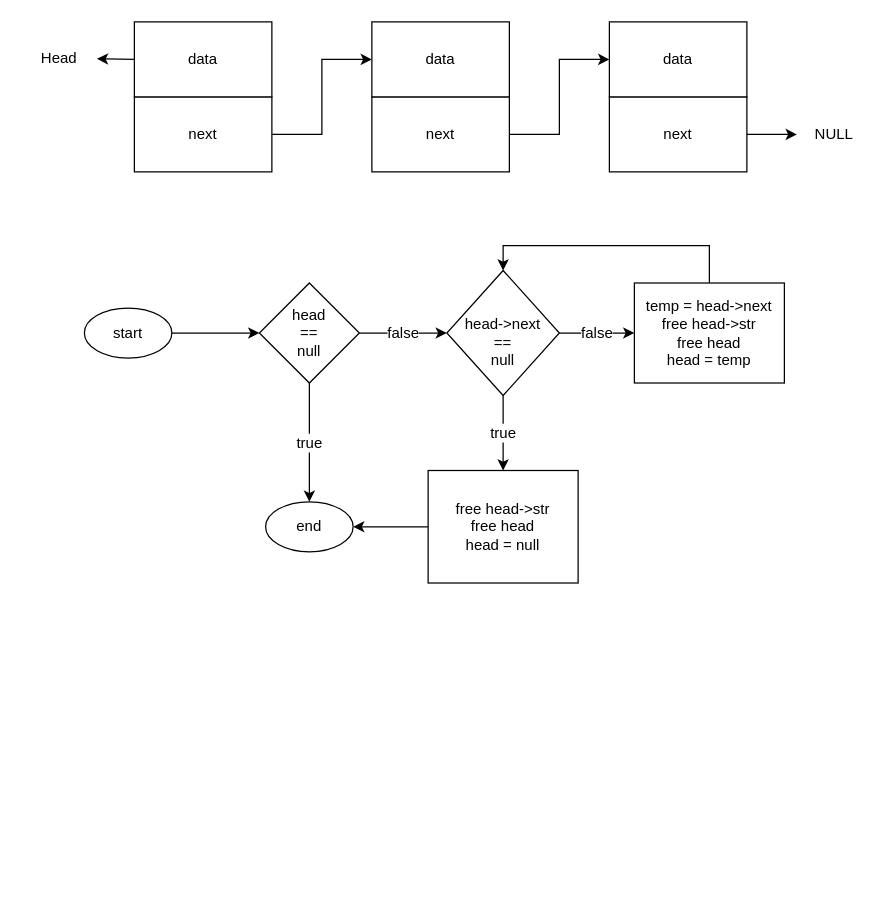
This is page "Page-1" (1 of 2) of free mem allocated for nodes.drawio from tenyapious/whiteboarding-flowchart, a draw.io file, before an edit. Source tidied: cells renumbered, new cells numbered last; positions are measured from the earlier drawing's top-left corner, leaving out a move shared by most shapes. Both pictures are drawn from the tidied source at 125%, with x=0, y=0 at pixel (21, 21).
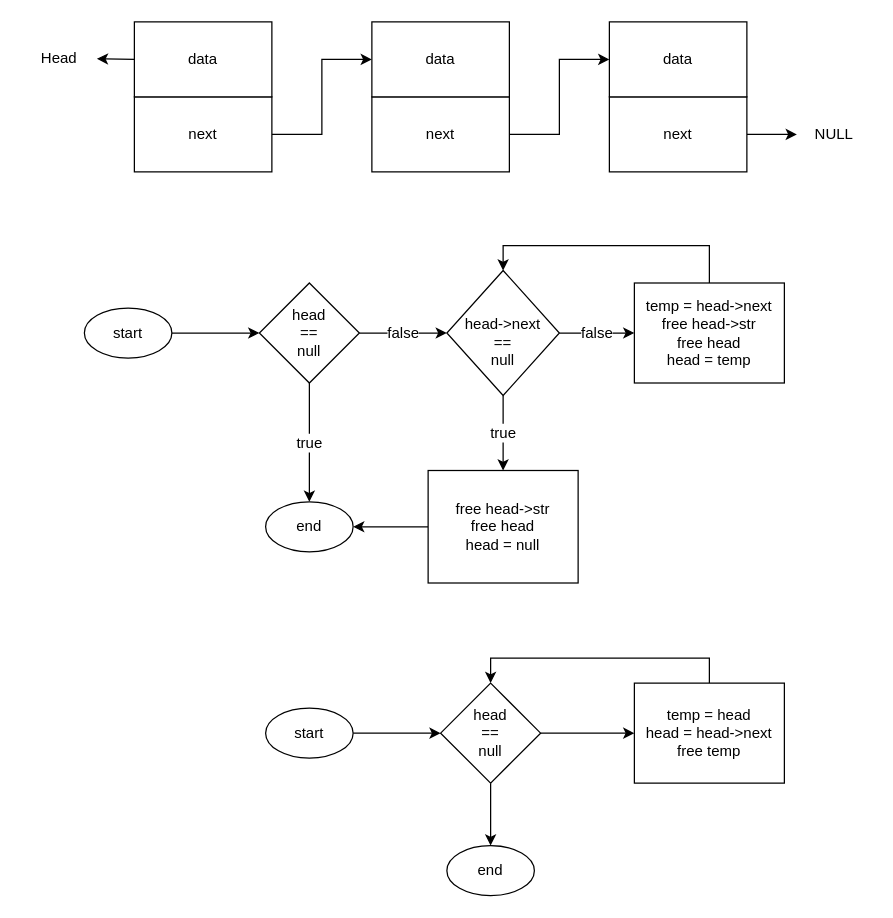
The same page after the edit.

What changed in the source:
```diff
@@
+    <mxCell id="27" style="edgeStyle=orthogonalEdgeStyle;rounded=0;jettySize=auto;html=1;exitX=1;exitY=0.5;exitDx=0;exitDy=0;entryX=0;entryY=0.5;entryDx=0;entryDy=0;" parent="1" edge="1" source="29" target="33">
+      <mxGeometry relative="1" as="geometry" />
+    </mxCell>
+    <mxCell id="28" style="edgeStyle=orthogonalEdgeStyle;rounded=0;jettySize=auto;html=1;exitX=0.5;exitY=1;exitDx=0;exitDy=0;entryX=0.5;entryY=0;entryDx=0;entryDy=0;" parent="1" edge="1" source="29" target="34">
+      <mxGeometry relative="1" as="geometry" />
+    </mxCell>
+    <mxCell id="29" value="head&lt;br&gt;==&lt;br&gt;null" style="rhombus;whiteSpace=wrap;html=1;" parent="1" vertex="1">
+      <mxGeometry x="335" y="529" width="80" height="80" as="geometry" />
+    </mxCell>
+    <mxCell id="30" style="edgeStyle=orthogonalEdgeStyle;rounded=0;jettySize=auto;html=1;exitX=1;exitY=0.5;exitDx=0;exitDy=0;entryX=0;entryY=0.5;entryDx=0;entryDy=0;" parent="1" edge="1" source="31" target="29">
+      <mxGeometry relative="1" as="geometry" />
+    </mxCell>
+    <mxCell id="31" value="start" style="ellipse;whiteSpace=wrap;html=1;" parent="1" vertex="1">
+      <mxGeometry x="195" y="549" width="70" height="40" as="geometry" />
+    </mxCell>
+    <mxCell id="32" style="edgeStyle=orthogonalEdgeStyle;rounded=0;jettySize=auto;html=1;exitX=0.5;exitY=0;exitDx=0;exitDy=0;entryX=0.5;entryY=0;entryDx=0;entryDy=0;" parent="1" edge="1" source="33" target="29">
+      <mxGeometry relative="1" as="geometry" />
+    </mxCell>
+    <mxCell id="33" value="temp = head&lt;br&gt;head = head-&amp;gt;next&lt;br&gt;free temp" style="rounded=0;whiteSpace=wrap;html=1;" parent="1" vertex="1">
+      <mxGeometry x="490" y="529" width="120" height="80" as="geometry" />
+    </mxCell>
+    <mxCell id="34" value="end" style="ellipse;whiteSpace=wrap;html=1;" parent="1" vertex="1">
+      <mxGeometry x="340" y="659" width="70" height="40" as="geometry" />
+    </mxCell>
```
